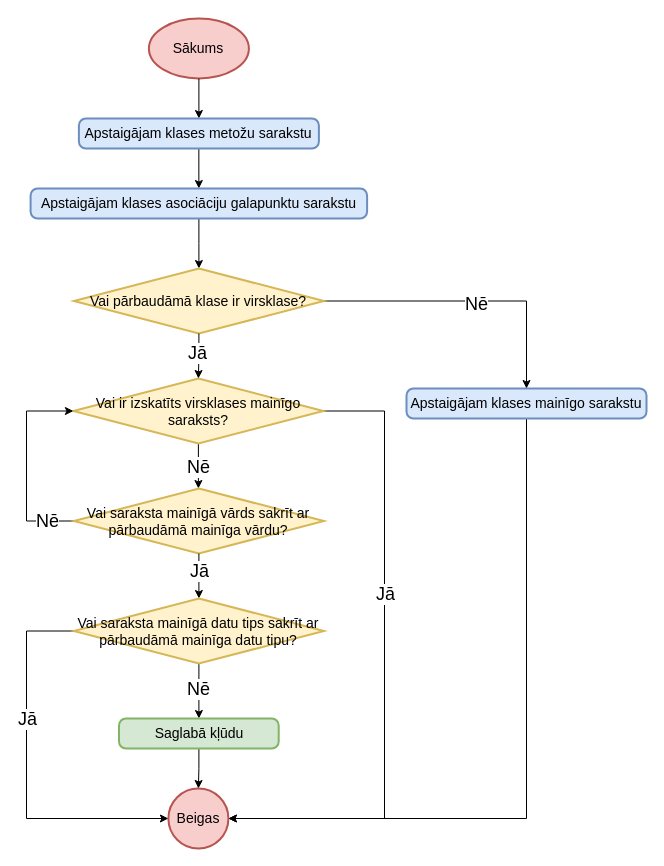
The draw.io diagram page "Mainīga vārda pārbaude" (5 of 5) of src/Qualification project/Documentation/Diagrammas/Kompilators/Lauki un mainīgie.drawio in artiks12/webAppOS, before the edit. Source tidied: cells renumbered, new cells numbered last; positions are measured from the earlier drawing's top-left corner, leaving out a move shared by most shapes. Both pictures are drawn from the tidied source at 100%, with x=0, y=0 at pixel (26, 18).
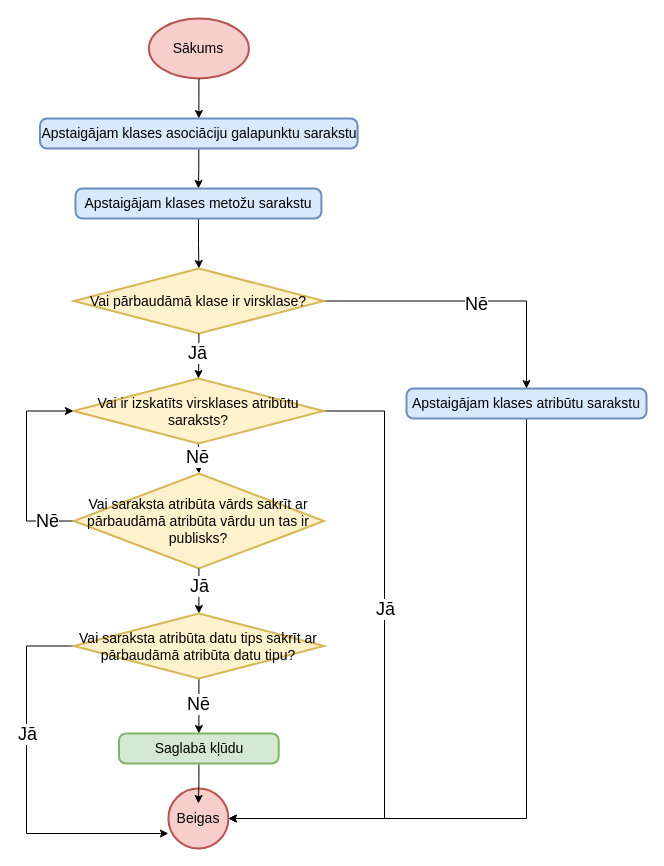
The same page after the edit.

The change refers to these unchanged cells:
```xml
<mxCell id="10" value="Beigas" style="strokeWidth=2;html=1;shape=mxgraph.flowchart.start_2;whiteSpace=wrap;fontSize=14;fillColor=#f8cecc;strokeColor=#b85450;" parent="1" vertex="1">
  <mxGeometry x="141.9" y="770" width="60" height="60" as="geometry" />
</mxCell>
<mxCell id="16" style="edgeStyle=orthogonalEdgeStyle;rounded=0;jettySize=auto;html=1;exitX=1;exitY=0.5;exitDx=0;exitDy=0;exitPerimeter=0;fontSize=18;entryX=1;entryY=0.5;entryDx=0;entryDy=0;entryPerimeter=0;" parent="1" edge="1" source="18" target="10">
  <mxGeometry relative="1" as="geometry">
    <Array as="points">
      <mxPoint x="358" y="393" />
      <mxPoint x="358" y="800" />
    </Array>
  </mxGeometry>
</mxCell>
```

What changed in the source:
```diff
@@
-    <mxCell id="5" value="Apstaigājam klases metožu sarakstu" style="rounded=1;whiteSpace=wrap;html=1;absoluteArcSize=1;arcSize=14;strokeWidth=2;fontSize=14;fillColor=#dae8fc;strokeColor=#6c8ebf;" parent="1" vertex="1">
-      <mxGeometry x="52.4" y="100" width="240" height="30" as="geometry" />
+    <mxCell id="5" value="&lt;span style=&quot;font-family: &amp;#34;helvetica&amp;#34;&quot;&gt;Apstaigājam klases asociāciju galapunktu sarakstu&lt;/span&gt;" style="rounded=1;whiteSpace=wrap;html=1;absoluteArcSize=1;arcSize=14;strokeWidth=2;fontSize=14;fillColor=#dae8fc;strokeColor=#6c8ebf;" parent="1" vertex="1">
+      <mxGeometry x="13.5" y="100" width="317.6" height="30" as="geometry" />
     </mxCell>
@@
-    <mxCell id="7" value="Apstaigājam klases asociāciju galapunktu sarakstu" style="rounded=1;whiteSpace=wrap;html=1;absoluteArcSize=1;arcSize=14;strokeWidth=2;fontSize=14;fillColor=#dae8fc;strokeColor=#6c8ebf;" parent="1" vertex="1">
-      <mxGeometry x="4.1" y="170" width="336.5" height="30" as="geometry" />
+    <mxCell id="7" value="Apstaigājam klases metožu sarakstu" style="rounded=1;whiteSpace=wrap;html=1;absoluteArcSize=1;arcSize=14;strokeWidth=2;fontSize=14;fillColor=#dae8fc;strokeColor=#6c8ebf;" parent="1" vertex="1">
+      <mxGeometry x="49" y="170" width="245.9" height="30" as="geometry" />
     </mxCell>
@@
-    <mxCell id="9" value="Apstaigājam klases mainīgo sarakstu" style="rounded=1;whiteSpace=wrap;html=1;absoluteArcSize=1;arcSize=14;strokeWidth=2;fontSize=14;fillColor=#dae8fc;strokeColor=#6c8ebf;" parent="1" vertex="1">
+    <mxCell id="9" value="Apstaigājam klases atribūtu sarakstu" style="rounded=1;whiteSpace=wrap;html=1;absoluteArcSize=1;arcSize=14;strokeWidth=2;fontSize=14;fillColor=#dae8fc;strokeColor=#6c8ebf;" parent="1" vertex="1">
       <mxGeometry x="380" y="370" width="240" height="30" as="geometry" />
     </mxCell>
@@
-    <mxCell id="14" style="edgeStyle=orthogonalEdgeStyle;rounded=0;jettySize=auto;html=1;fontSize=18;" parent="1" edge="1" target="21">
-      <mxGeometry relative="1" as="geometry">
-        <mxPoint x="171.9" y="425" as="sourcePoint" />
-      </mxGeometry>
+    <mxCell id="14" style="edgeStyle=orthogonalEdgeStyle;rounded=0;jettySize=auto;html=1;fontSize=18;exitX=0.5;exitY=1;exitDx=0;exitDy=0;exitPerimeter=0;" parent="1" edge="1" source="18" target="21">
+      <mxGeometry relative="1" as="geometry" />
     </mxCell>
     <mxCell id="15" value="Nē" style="edgeLabel;html=1;align=center;verticalAlign=middle;fontSize=18;labelBackgroundColor=#FFFFFF;" parent="14" vertex="1">
       <mxGeometry x="0.24" y="1" relative="1" as="geometry">
-        <mxPoint x="-1" y="-5" as="offset" />
+        <mxPoint x="-2" y="-6" as="offset" />
       </mxGeometry>
     </mxCell>
@@
     <mxCell id="17" value="Jā" style="edgeLabel;html=1;align=center;verticalAlign=middle;fontSize=18;labelBackgroundColor=#FFFFFF;" parent="16" vertex="1">
-      <mxGeometry x="-0.22" relative="1" as="geometry" />
+      <mxGeometry x="-0.22" relative="1" as="geometry">
+        <mxPoint y="15" as="offset" />
+      </mxGeometry>
     </mxCell>
-    <mxCell id="18" value="Vai ir izskatīts virsklases mainīgo saraksts?" style="strokeWidth=2;html=1;shape=mxgraph.flowchart.decision;whiteSpace=wrap;fontSize=14;fillColor=#fff2cc;strokeColor=#d6b656;" parent="1" vertex="1">
+    <mxCell id="18" value="Vai ir izskatīts virsklases atribūtu saraksts?" style="strokeWidth=2;html=1;shape=mxgraph.flowchart.decision;whiteSpace=wrap;fontSize=14;fillColor=#fff2cc;strokeColor=#d6b656;" parent="1" vertex="1">
       <mxGeometry x="46.9" y="360" width="250" height="65" as="geometry" />
     </mxCell>
@@
-    <mxCell id="21" value="Vai saraksta mainīgā vārds sakrīt ar pārbaudāmā mainīga vārdu?" style="strokeWidth=2;html=1;shape=mxgraph.flowchart.decision;whiteSpace=wrap;fontSize=14;fillColor=#fff2cc;strokeColor=#d6b656;" parent="1" vertex="1">
-      <mxGeometry x="47.4" y="470" width="250" height="65" as="geometry" />
+    <mxCell id="21" value="Vai saraksta atribūta vārds sakrīt ar pārbaudāmā atribūta vārdu un tas ir publisks?" style="strokeWidth=2;html=1;shape=mxgraph.flowchart.decision;whiteSpace=wrap;fontSize=14;fillColor=#fff2cc;strokeColor=#d6b656;" parent="1" vertex="1">
+      <mxGeometry x="47.4" y="455" width="250" height="95" as="geometry" />
     </mxCell>
@@
-    <mxCell id="27" style="edgeStyle=orthogonalEdgeStyle;rounded=0;jettySize=auto;html=1;entryX=0;entryY=0.5;entryDx=0;entryDy=0;entryPerimeter=0;" parent="1" edge="1" source="29" target="10">
+    <mxCell id="27" style="edgeStyle=orthogonalEdgeStyle;rounded=0;jettySize=auto;html=1;entryX=0;entryY=0.5;entryDx=0;entryDy=0;entryPerimeter=0;" parent="1" edge="1" source="29">
       <mxGeometry relative="1" as="geometry">
+        <mxPoint x="141.9" y="815" as="targetPoint" />
         <Array as="points">
-          <mxPoint y="613" />
-          <mxPoint y="800" />
+          <mxPoint y="628" />
+          <mxPoint y="815" />
         </Array>
       </mxGeometry>
     </mxCell>
@@
-    <mxCell id="29" value="Vai saraksta mainīgā datu tips sakrīt ar pārbaudāmā mainīga datu tipu?" style="strokeWidth=2;html=1;shape=mxgraph.flowchart.decision;whiteSpace=wrap;fontSize=14;fillColor=#fff2cc;strokeColor=#d6b656;" parent="1" vertex="1">
-      <mxGeometry x="47.4" y="580" width="250" height="65" as="geometry" />
+    <mxCell id="29" value="Vai saraksta atribūta datu tips sakrīt ar pārbaudāmā atribūta datu tipu?" style="strokeWidth=2;html=1;shape=mxgraph.flowchart.decision;whiteSpace=wrap;fontSize=14;fillColor=#fff2cc;strokeColor=#d6b656;" parent="1" vertex="1">
+      <mxGeometry x="47.4" y="595" width="250" height="65" as="geometry" />
     </mxCell>
-    <mxCell id="30" style="edgeStyle=orthogonalEdgeStyle;rounded=0;jettySize=auto;html=1;" parent="1" edge="1" source="31" target="10">
-      <mxGeometry relative="1" as="geometry" />
+    <mxCell id="30" style="edgeStyle=orthogonalEdgeStyle;rounded=0;jettySize=auto;html=1;" parent="1" edge="1" source="31">
+      <mxGeometry relative="1" as="geometry">
+        <mxPoint x="171.9" y="785" as="targetPoint" />
+      </mxGeometry>
     </mxCell>
     <mxCell id="31" value="Saglabā kļūdu" style="rounded=1;whiteSpace=wrap;html=1;absoluteArcSize=1;arcSize=14;strokeWidth=2;fontSize=14;fillColor=#d5e8d4;strokeColor=#82b366;" parent="1" vertex="1">
-      <mxGeometry x="92.5" y="700" width="159.7" height="30" as="geometry" />
+      <mxGeometry x="92.5" y="715" width="159.7" height="30" as="geometry" />
     </mxCell>
     <mxCell id="32" value="Nē" style="edgeLabel;html=1;align=center;verticalAlign=middle;fontSize=18;labelBackgroundColor=#FFFFFF;" parent="1" vertex="1">
-      <mxGeometry x="171.9" y="670" as="geometry" />
+      <mxGeometry x="171.9" y="685" as="geometry" />
     </mxCell>
```
